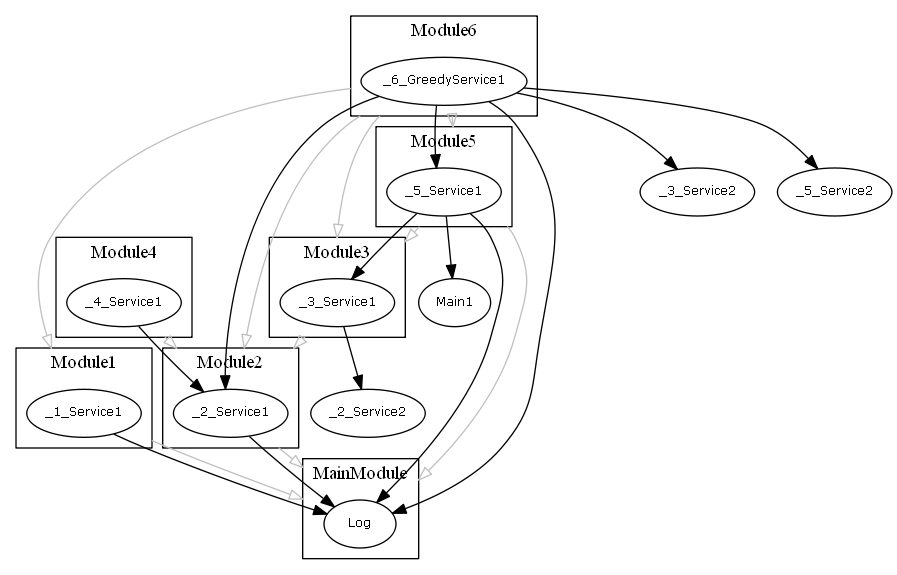
This is examples/complex.png from jsek/AngularDependencyGraph, a Graphviz export, as it was before one commit. Its source is kept beside it as examples/complex.dot.
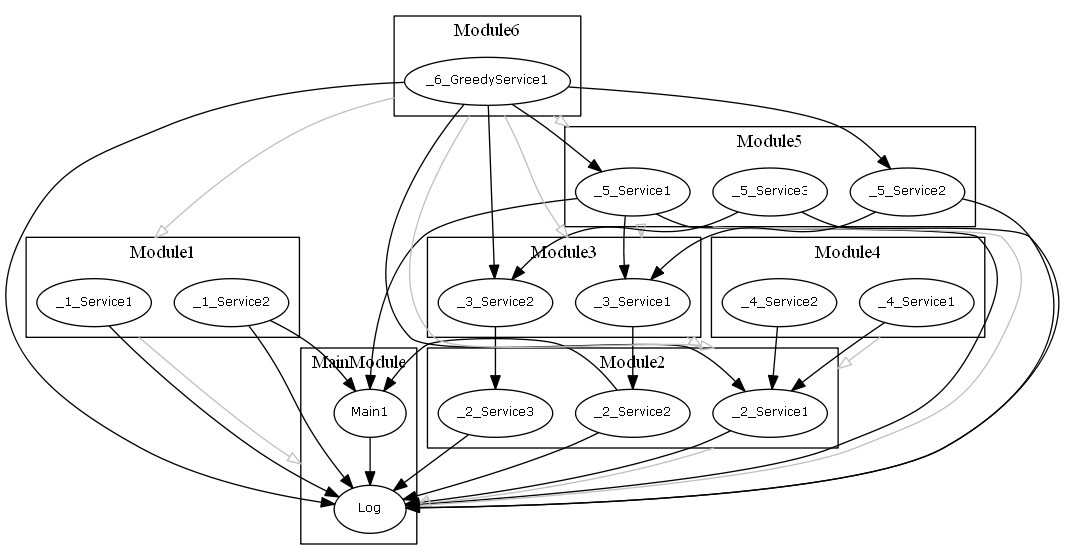
Later version of the same file.

The edit, as a diff of the source:
```diff
@@ -3,32 +3,52 @@
  node[ fontname = "Verdana", fontsize = "9" ];
   subgraph cluster_MainModule { label = "MainModule";
   	"Log" [  ];
+  	"Main1" [  ];
   }
   subgraph cluster_Module1 { label = "Module1";
   	"_1_Service1" [  ];
+  	"_1_Service2" [  ];
   }
   subgraph cluster_Module2 { label = "Module2";
   	"_2_Service1" [  ];
+  	"_2_Service2" [  ];
+  	"_2_Service3" [  ];
   }
   subgraph cluster_Module3 { label = "Module3";
   	"_3_Service1" [  ];
+  	"_3_Service2" [  ];
   }
   subgraph cluster_Module4 { label = "Module4";
   	"_4_Service1" [  ];
+  	"_4_Service2" [  ];
   }
   subgraph cluster_Module5 { label = "Module5";
   	"_5_Service1" [  ];
+  	"_5_Service2" [  ];
+  	"_5_Service3" [  ];
   }
   subgraph cluster_Module6 { label = "Module6";
   	"_6_GreedyService1" [  ];
   }
-         "_1_Service1" -> "Log";
+       "Main1" -> "Log";
+      "_1_Service1" -> "Log";
+    "_1_Service2" -> "Main1";
+  "_1_Service2" -> "Log";
       "_2_Service1" -> "Log";
+    "_2_Service2" -> "Main1";
+  "_2_Service2" -> "Log";
+    "_2_Service3" -> "Log";
       "_3_Service1" -> "_2_Service2";
+    "_3_Service2" -> "_2_Service3";
       "_4_Service1" -> "_2_Service1";
+    "_4_Service2" -> "_2_Service1";
       "_5_Service1" -> "Main1";
   "_5_Service1" -> "Log";
   "_5_Service1" -> "_3_Service1";
+    "_5_Service2" -> "Log";
+  "_5_Service2" -> "_3_Service1";
+    "_5_Service3" -> "Log";
+  "_5_Service3" -> "_3_Service2";
       "_6_GreedyService1" -> "Log";
   "_6_GreedyService1" -> "_3_Service2";
   "_6_GreedyService1" -> "_2_Service1";
```
